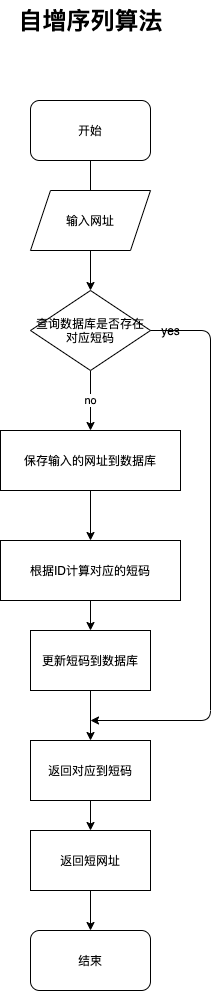
Above: shorturl.png in convee/shorturl (draw.io), before the change. Source tidied: cells renumbered, new cells last; positions are measured from the earlier drawing's top-left corner, leaving out a move shared by most shapes.
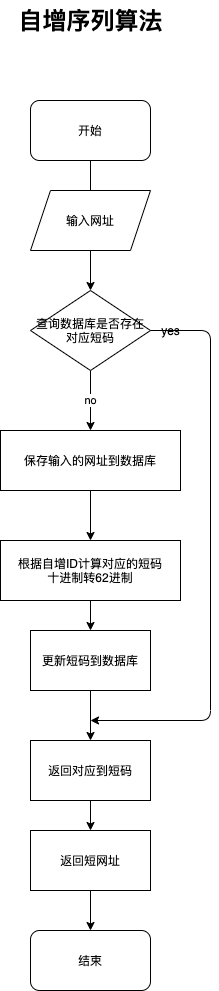
After the commit.

Commit message:
自增序列算法

The edit, as a diff of the source:
```diff
@@ -34,7 +34,7 @@
     <mxCell id="11" style="edgeStyle=orthogonalEdgeStyle;rounded=0;jettySize=auto;html=1;" parent="1" edge="1" source="12" target="14">
       <mxGeometry relative="1" as="geometry" />
     </mxCell>
-    <mxCell id="12" value="根据ID计算对应的短码" style="whiteSpace=wrap;html=1;" parent="1" vertex="1">
+    <mxCell id="12" value="根据自增ID计算对应的短码&lt;br&gt;十进制转62进制" style="whiteSpace=wrap;html=1;" parent="1" vertex="1">
       <mxGeometry y="540" width="180" height="60" as="geometry" />
     </mxCell>
     <mxCell id="13" style="edgeStyle=orthogonalEdgeStyle;rounded=0;jettySize=auto;html=1;" parent="1" edge="1" source="14" target="16">
```
